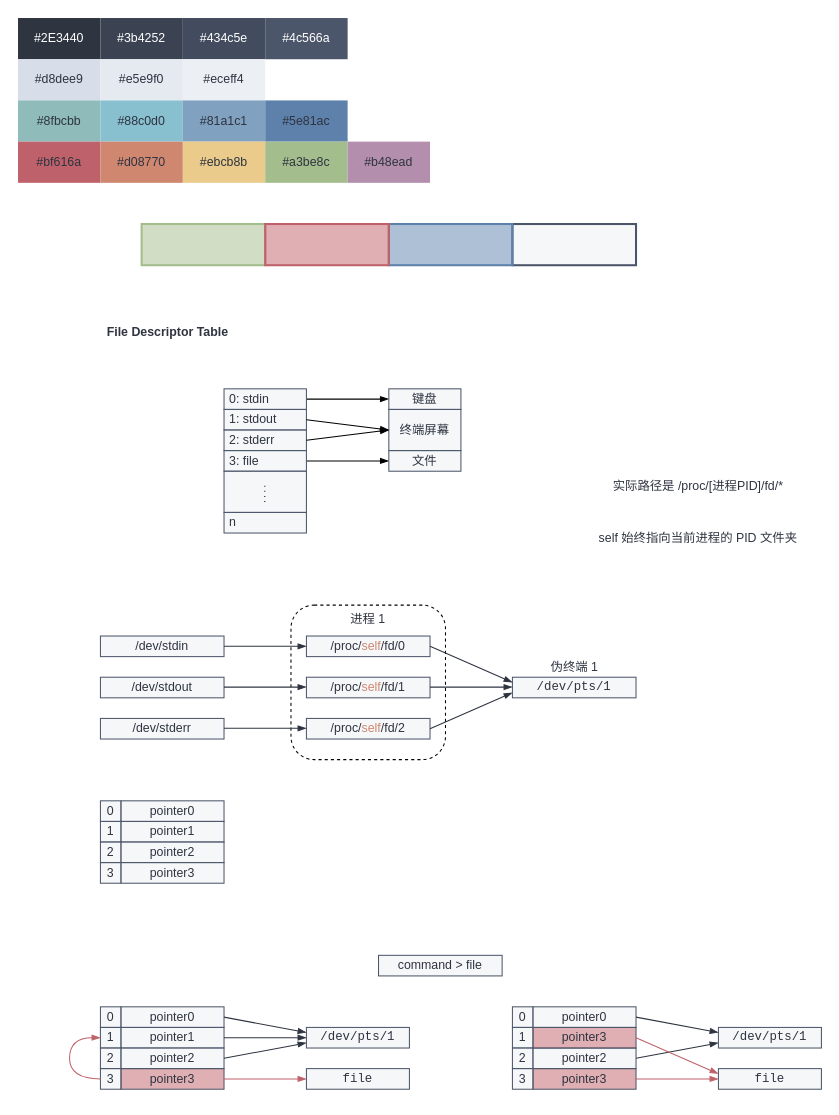
Earlier version of the draw.io diagram content/posts/bash/bash.drawio (kingtuo123/kingtuo123.github.io). Source tidied: cells renumbered, new cells numbered last; positions are measured from the earlier drawing's top-left corner, leaving out a move shared by most shapes. Both pictures are drawn from the tidied source at 103%, with x=0, y=0 at pixel (18, 18).
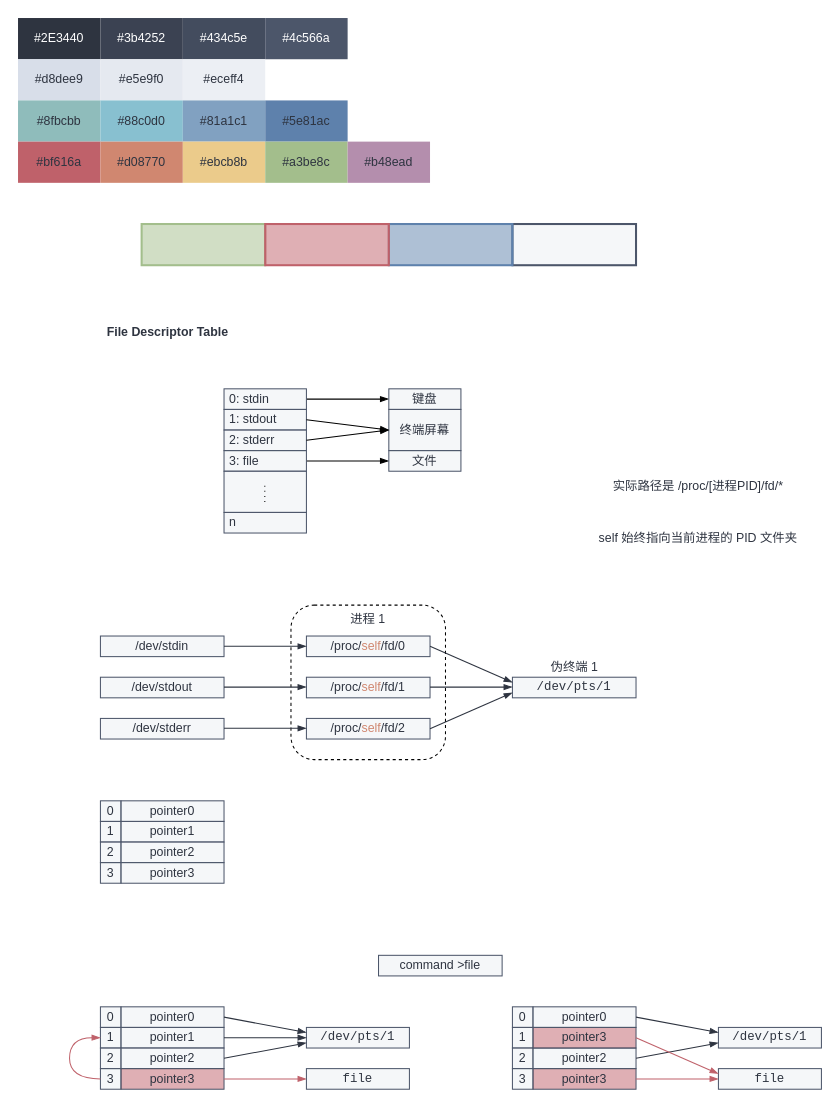
The same page after the edit.

The edit, as a diff of the source:
```diff
@@
-    <mxCell id="63" value="&lt;pre tabindex=&quot;0&quot; class=&quot;chroma&quot;&gt;&lt;code class=&quot;language-bash-session&quot;&gt;&lt;font face=&quot;JetBrainsMono NFP&quot;&gt;command &amp;gt; file&lt;/font&gt;&lt;/code&gt;&lt;/pre&gt;" style="rounded=0;whiteSpace=wrap;html=1;strokeWidth=1;fillColor=#ECEFF4;strokeColor=#4c566a;fontColor=#2E3440;fillOpacity=50;fontFamily=JetBrainsMono NFP;align=center;" parent="1" vertex="1">
+    <mxCell id="63" value="&lt;pre tabindex=&quot;0&quot; class=&quot;chroma&quot;&gt;&lt;code class=&quot;language-bash-session&quot;&gt;&lt;font face=&quot;JetBrainsMono NFP&quot;&gt;command &amp;gt;file&lt;/font&gt;&lt;/code&gt;&lt;/pre&gt;" style="rounded=0;whiteSpace=wrap;html=1;strokeWidth=1;fillColor=#ECEFF4;strokeColor=#4c566a;fontColor=#2E3440;fillOpacity=50;fontFamily=JetBrainsMono NFP;align=center;" parent="1" vertex="1">
       <mxGeometry x="350" y="910" width="120" height="20" as="geometry" />
     </mxCell>
```
